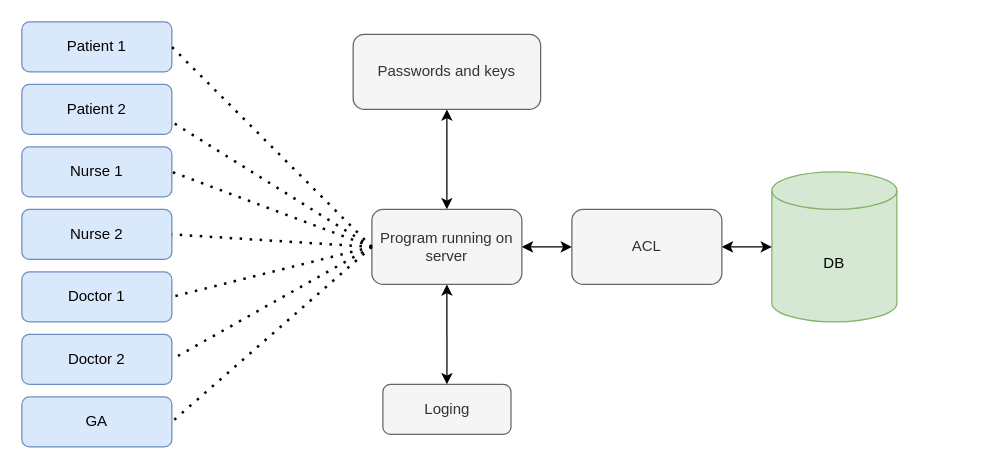
This is system_architecture_1.drawio from evelinadanielsson/EITA25-project-2, a draw.io file, before an edit. Source tidied: cells renumbered, new cells numbered last; positions are measured from the earlier drawing's top-left corner, leaving out a move shared by most shapes. Both pictures are drawn from the tidied source at 125%, with x=0, y=0 at pixel (21, 21).
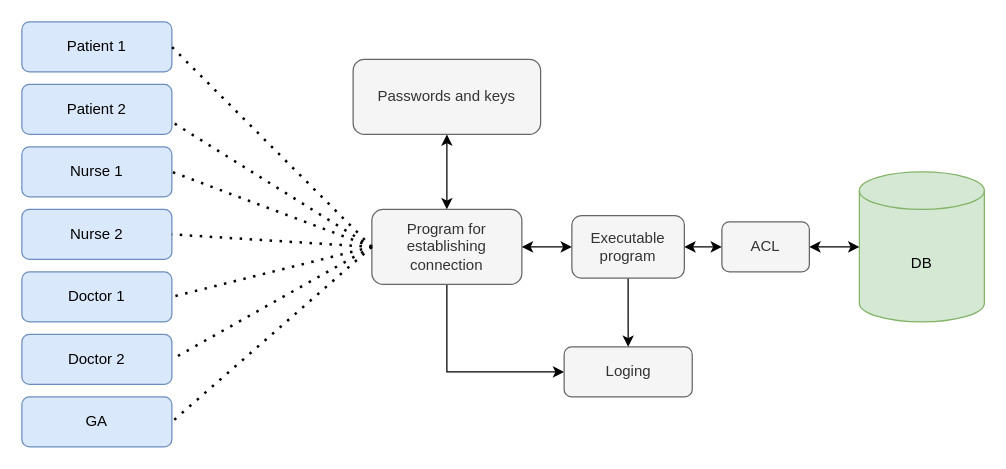
After the change.

Change to the diagram source:
```diff
@@
+    <mxCell id="25" style="edgeStyle=orthogonalEdgeStyle;rounded=0;jettySize=auto;html=1;exitX=0.5;exitY=1;exitDx=0;exitDy=0;entryX=0;entryY=0.5;entryDx=0;entryDy=0;" parent="1" edge="1" source="9" target="23">
+      <mxGeometry relative="1" as="geometry" />
+    </mxCell>
-    <mxCell id="9" value="Program running on server" style="rounded=1;whiteSpace=wrap;html=1;fillColor=#f5f5f5;strokeColor=#666666;fontColor=#333333;" parent="1" vertex="1">
+    <mxCell id="9" value="Program for establishing connection" style="rounded=1;whiteSpace=wrap;html=1;fillColor=#f5f5f5;strokeColor=#666666;fontColor=#333333;" parent="1" vertex="1">
       <mxGeometry x="280" y="150" width="120" height="60" as="geometry" />
     </mxCell>
     <mxCell id="10" value="DB" style="shape=cylinder3;whiteSpace=wrap;html=1;boundedLbl=1;backgroundOutline=1;size=15;fillColor=#d5e8d4;strokeColor=#82b366;" parent="1" vertex="1">
-      <mxGeometry x="600" y="120" width="100" height="120" as="geometry" />
+      <mxGeometry x="670" y="120" width="100" height="120" as="geometry" />
     </mxCell>
-    <mxCell id="11" value="ACL" style="rounded=1;whiteSpace=wrap;html=1;fillColor=#f5f5f5;strokeColor=#666666;fontColor=#333333;" parent="1" vertex="1">
-      <mxGeometry x="440" y="150" width="120" height="60" as="geometry" />
-    </mxCell>
     <mxCell id="12" value="Passwords and keys" style="rounded=1;whiteSpace=wrap;html=1;fillColor=#f5f5f5;strokeColor=#666666;fontColor=#333333;" parent="1" vertex="1">
-      <mxGeometry x="265" y="10" width="150" height="60" as="geometry" />
+      <mxGeometry x="265" y="30" width="150" height="60" as="geometry" />
     </mxCell>
@@
-    <mxCell id="19" style="endArrow=classic;startArrow=classic;html=1;entryX=0;entryY=0.5;entryDx=0;entryDy=0;exitX=1;exitY=0.5;exitDx=0;exitDy=0;" parent="1" edge="1" source="9" target="11">
-      <mxGeometry relative="1" as="geometry" />
-    </mxCell>
-    <mxCell id="20" style="endArrow=classic;startArrow=classic;html=1;entryX=0;entryY=0.5;entryDx=0;entryDy=0;entryPerimeter=0;" parent="1" edge="1" target="10">
-      <mxGeometry relative="1" as="geometry">
-        <mxPoint x="560" y="180" as="sourcePoint" />
-      </mxGeometry>
+    <mxCell id="20" style="endArrow=classic;startArrow=classic;html=1;entryX=0;entryY=0.5;entryDx=0;entryDy=0;entryPerimeter=0;" parent="1" edge="1" source="11" target="10">
+      <mxGeometry relative="1" as="geometry" />
     </mxCell>
@@
     <mxCell id="23" value="Loging" style="rounded=1;whiteSpace=wrap;html=1;fillColor=#f5f5f5;strokeColor=#666666;fontColor=#333333;" parent="1" vertex="1">
-      <mxGeometry x="288.8" y="290" width="102.5" height="40" as="geometry" />
+      <mxGeometry x="433.8" y="260" width="102.5" height="40" as="geometry" />
     </mxCell>
-    <mxCell id="24" style="endArrow=classic;startArrow=classic;html=1;entryX=0.5;entryY=1;entryDx=0;entryDy=0;exitX=0.5;exitY=0;exitDx=0;exitDy=0;" parent="1" edge="1" source="23" target="9">
-      <mxGeometry relative="1" as="geometry" />
-    </mxCell>
+    <mxCell id="11" value="ACL" style="rounded=1;whiteSpace=wrap;html=1;fillColor=#f5f5f5;strokeColor=#666666;fontColor=#333333;" parent="1" vertex="1">
+      <mxGeometry x="560" y="160" width="70" height="40" as="geometry" />
+    </mxCell>
+    <mxCell id="26" style="edgeStyle=orthogonalEdgeStyle;rounded=0;jettySize=auto;html=1;exitX=0.5;exitY=1;exitDx=0;exitDy=0;entryX=0.5;entryY=0;entryDx=0;entryDy=0;" parent="1" edge="1" source="27" target="23">
+      <mxGeometry relative="1" as="geometry" />
+    </mxCell>
+    <mxCell id="27" value="Executable program" style="rounded=1;whiteSpace=wrap;html=1;fillColor=#f5f5f5;strokeColor=#666666;fontColor=#333333;" parent="1" vertex="1">
+      <mxGeometry x="440" y="155" width="90" height="50" as="geometry" />
+    </mxCell>
+    <mxCell id="28" style="endArrow=classic;startArrow=classic;html=1;entryX=0;entryY=0.5;entryDx=0;entryDy=0;exitX=1;exitY=0.5;exitDx=0;exitDy=0;" parent="1" edge="1" source="27" target="11">
+      <mxGeometry relative="1" as="geometry" />
+    </mxCell>
+    <mxCell id="29" style="endArrow=classic;startArrow=classic;html=1;entryX=1;entryY=0.5;entryDx=0;entryDy=0;exitX=0;exitY=0.5;exitDx=0;exitDy=0;" parent="1" edge="1" source="27" target="9">
+      <mxGeometry relative="1" as="geometry" />
+    </mxCell>
```
